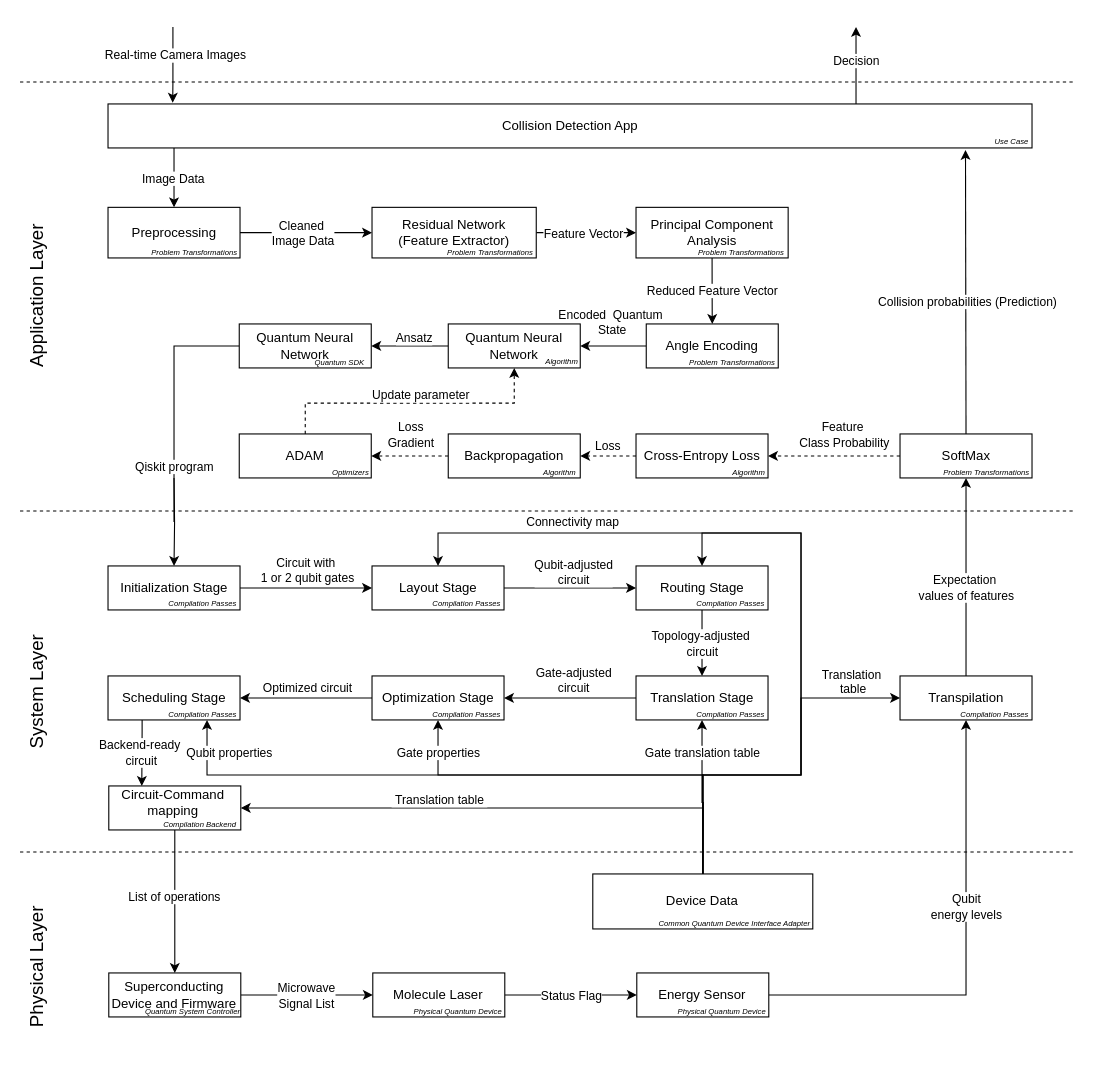
The draw.io diagram page "scenario4" (4 of 4) of docs/scenario-based-analysis/images/scenarios.drawio in FullStaQD/architecture, before the edit. Source tidied: cells renumbered, new cells numbered last; positions are measured from the earlier drawing's top-left corner, leaving out a move shared by most shapes. Both pictures are drawn from the tidied source at 110%, with x=0, y=0 at pixel (-57, 26).
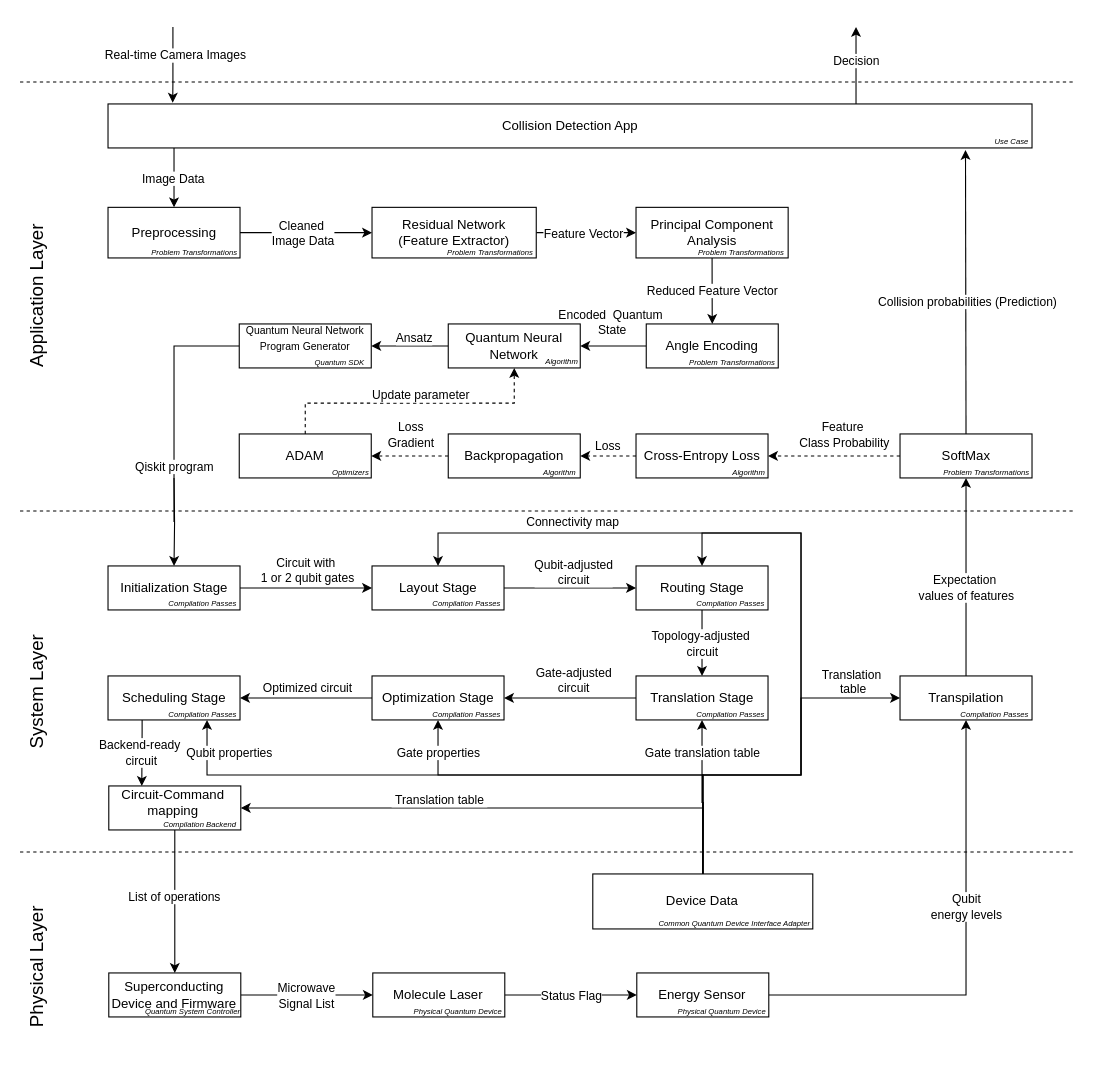
After the change.

What changed in the source:
```diff
@@
-    <mxCell id="116" value="Quantum Neural Network" style="rounded=0;whiteSpace=wrap;html=1;" parent="1" vertex="1">
+    <mxCell id="116" value="&lt;font style=&quot;font-size: 9.5px;&quot;&gt;Quantum Neural Network Program Generator&lt;/font&gt;&lt;div&gt;&lt;font style=&quot;font-size: 8px;&quot;&gt;&lt;br&gt;&lt;/font&gt;&lt;/div&gt;" style="rounded=0;whiteSpace=wrap;html=1;" parent="1" vertex="1">
       <mxGeometry x="269" y="270" width="120" height="40" as="geometry" />
     </mxCell>
```
